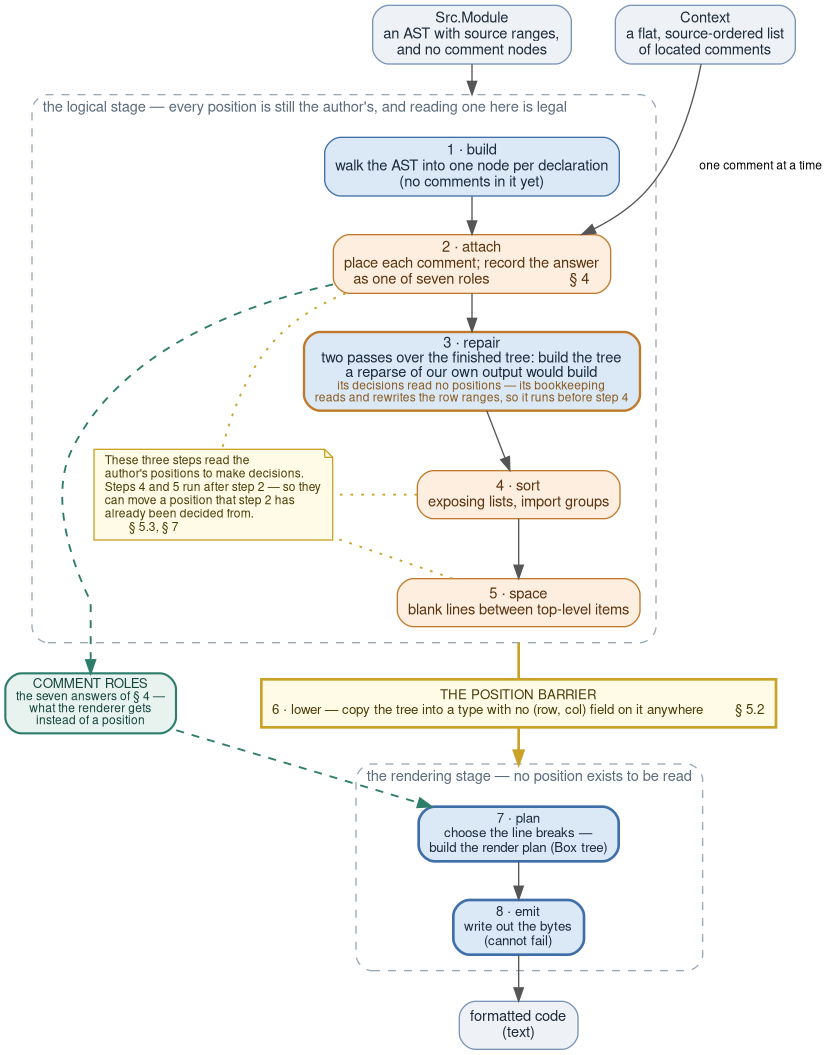
This is docs/diagrams/position-barrier.png from gilramir/gren-format-lib, a Graphviz export, as it was before one commit. Its source is kept beside it as docs/diagrams/position-barrier.dot.
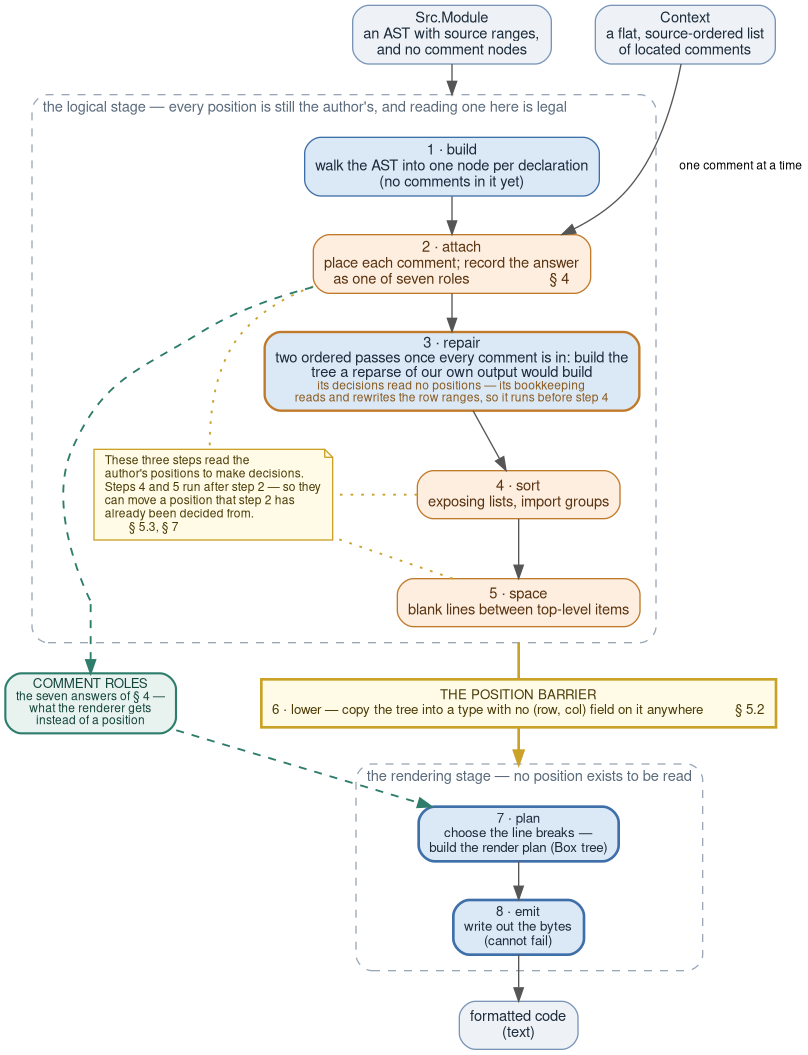
After the commit.

Commit message:
Correct the "two passes over the whole tree" repair wording

The edit, as a diff of the source:
```diff
@@ -27,7 +27,7 @@
         node [shape=box, style="rounded,filled", fillcolor="#dbe9f7", color="#3f6fa8", fontcolor="#1c2b3a"];
         s1 [group="flow", label="1 · build\nwalk the AST into one node per declaration\n(no comments in it yet)"];
         s3 [group="flow", color="#c07a2c", penwidth=1.8,
-            label=<3 · repair<BR/>two passes over the finished tree: build the tree<BR/>a reparse of our own output would build<BR/><FONT POINT-SIZE="9" COLOR="#8a5a1e">its decisions read no positions — its bookkeeping<BR/>reads and rewrites the row ranges, so it runs before step 4</FONT>>];
+            label=<3 · repair<BR/>two ordered passes once every comment is in: build the<BR/>tree a reparse of our own output would build<BR/><FONT POINT-SIZE="9" COLOR="#8a5a1e">its decisions read no positions — its bookkeeping<BR/>reads and rewrites the row ranges, so it runs before step 4</FONT>>];
 
         node [shape=box, style="rounded,filled", fillcolor="#fdeee0", color="#c07a2c", fontcolor="#5a3410"];
         s2 [group="flow", label="2 · attach\nplace each comment; record the answer\nas one of seven roles                    § 4"];
```
